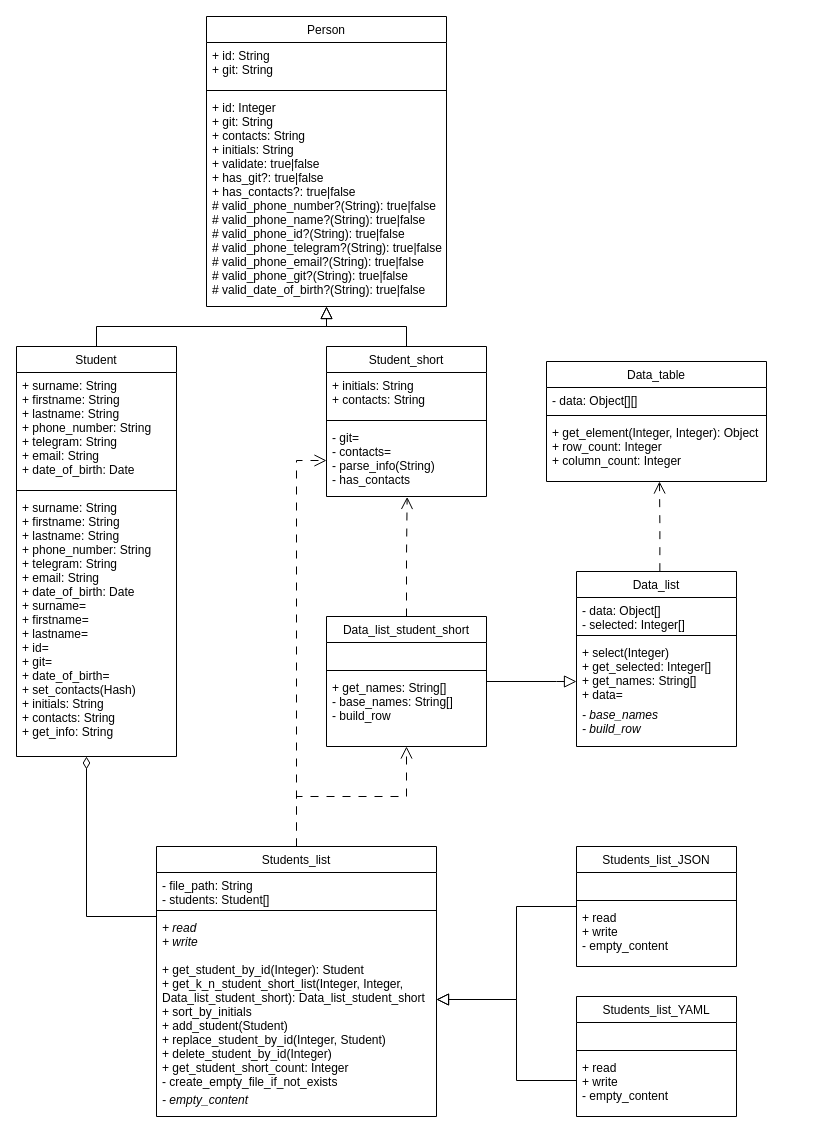
The draw.io diagram Student/media/class_diagram.drawio in VavakinV/design-patterns, before the edit. Source tidied: cells renumbered, new cells numbered last; positions are measured from the earlier drawing's top-left corner, leaving out a move shared by most shapes. Both pictures are drawn from the tidied source at 100%, with x=0, y=0 at pixel (16, 16).
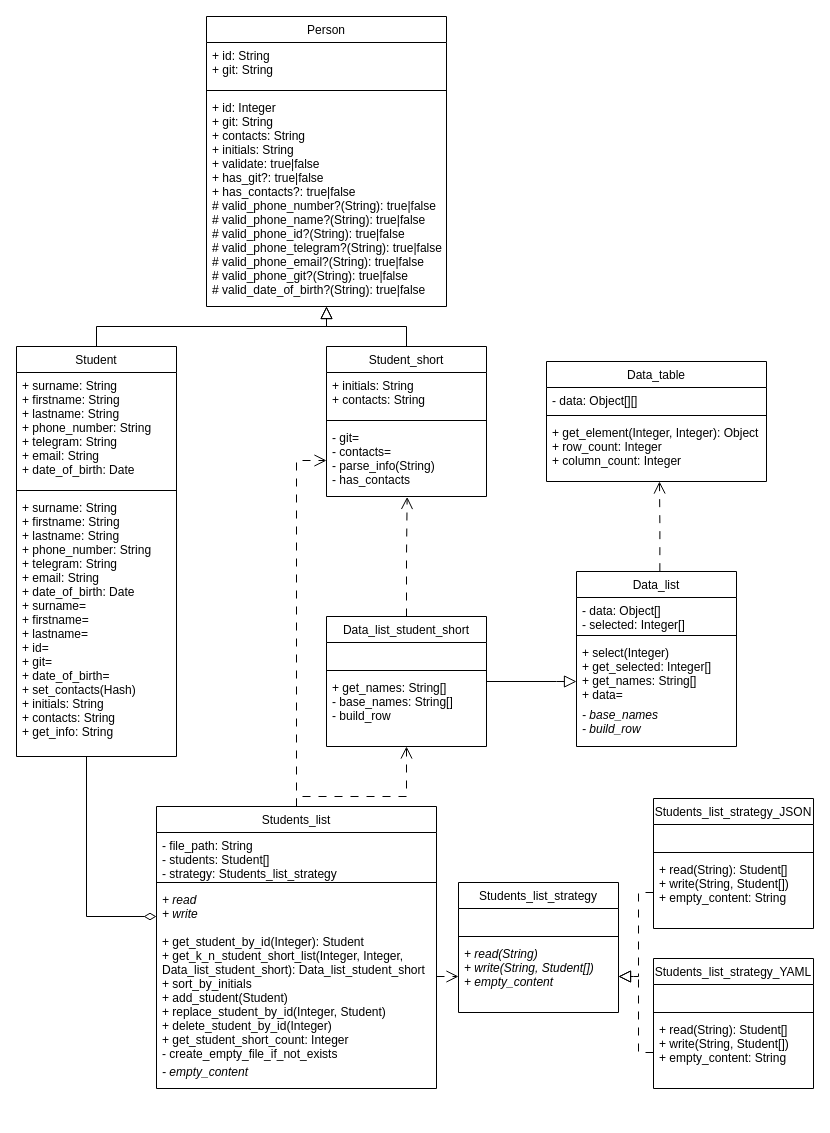
The same page after the edit.

Unchanged cells that the change refers to:
```xml
<mxCell id="17" value="Data_list_student_short" style="swimlane;fontStyle=0;align=center;verticalAlign=top;horizontal=1;startSize=26;rounded=0;shadow=0;strokeWidth=1;" parent="1" vertex="1">
  <mxGeometry x="310" y="600" width="160" height="130" as="geometry" />
</mxCell>
```

Change to the diagram source:
```diff
@@
     <mxCell id="32" value="Students_list" style="swimlane;fontStyle=0;align=center;verticalAlign=top;horizontal=1;startSize=26;rounded=0;shadow=0;strokeWidth=1;" parent="1" vertex="1">
-      <mxGeometry x="140" y="830" width="280" height="270" as="geometry" />
+      <mxGeometry x="140" y="790" width="280" height="282" as="geometry" />
     </mxCell>
-    <mxCell id="33" value="- file_path: String&#10;- students: Student[]&#10;" style="text;align=left;verticalAlign=top;spacingLeft=4;spacingRight=4;overflow=hidden;" parent="32" vertex="1">
-      <mxGeometry y="26" width="280" height="34" as="geometry" />
+    <mxCell id="33" value="- file_path: String&#10;- students: Student[]&#10;- strategy: Students_list_strategy&#10;" style="text;align=left;verticalAlign=top;spacingLeft=4;spacingRight=4;overflow=hidden;" parent="32" vertex="1">
+      <mxGeometry y="26" width="280" height="46" as="geometry" />
     </mxCell>
     <mxCell id="34" style="line;html=1;strokeWidth=1;align=left;verticalAlign=middle;spacingTop=-1;spacingLeft=3;spacingRight=3;labelPosition=right;" parent="32" vertex="1">
-      <mxGeometry y="60" width="280" height="8" as="geometry" />
+      <mxGeometry y="72" width="280" height="8" as="geometry" />
     </mxCell>
     <mxCell id="35" value="+ read&#10;+ write&#10;" style="text;align=left;verticalAlign=top;spacingLeft=4;spacingRight=4;overflow=hidden;fontStyle=2;" parent="32" vertex="1">
-      <mxGeometry y="68" width="280" height="42" as="geometry" />
+      <mxGeometry y="80" width="280" height="42" as="geometry" />
     </mxCell>
     <mxCell id="36" value="+ get_student_by_id(Integer): Student&#10;+ get_k_n_student_short_list(Integer, Integer, &#10;Data_list_student_short): Data_list_student_short&#10;+ sort_by_initials&#10;+ add_student(Student)&#10;+ replace_student_by_id(Integer, Student)&#10;+ delete_student_by_id(Integer)&#10;+ get_student_short_count: Integer&#10;- create_empty_file_if_not_exists&#10;&#10;" style="text;align=left;verticalAlign=top;spacingLeft=4;spacingRight=4;overflow=hidden;points=[[0,0.5],[1,0.5]];portConstraint=eastwest;fontSize=12;" parent="32" vertex="1">
-      <mxGeometry y="110" width="280" height="130" as="geometry" />
+      <mxGeometry y="122" width="280" height="130" as="geometry" />
     </mxCell>
     <mxCell id="37" value="- empty_content" style="text;align=left;verticalAlign=top;spacingLeft=4;spacingRight=4;overflow=hidden;fontStyle=2;" parent="32" vertex="1">
-      <mxGeometry y="240" width="280" height="30" as="geometry" />
+      <mxGeometry y="252" width="280" height="30" as="geometry" />
     </mxCell>
@@
-    <mxCell id="39" style="edgeStyle=orthogonalEdgeStyle;rounded=0;jettySize=auto;html=1;endArrow=diamondThin;endFill=0;endSize=10;" parent="1" edge="1" source="32">
+    <mxCell id="39" style="edgeStyle=orthogonalEdgeStyle;rounded=0;jettySize=auto;html=1;endArrow=none;endFill=0;endSize=6;startArrow=diamondThin;startFill=0;startSize=10;" parent="1" edge="1" source="32">
       <mxGeometry relative="1" as="geometry">
         <mxPoint x="70" y="740" as="targetPoint" />
         <Array as="points">
           <mxPoint x="70" y="900" />
         </Array>
       </mxGeometry>
     </mxCell>
-    <mxCell id="40" style="edgeStyle=orthogonalEdgeStyle;rounded=0;jettySize=auto;html=1;endArrow=open;endFill=0;dashed=1;dashPattern=8 8;endSize=10;" parent="1" edge="1" target="17">
+    <mxCell id="40" style="edgeStyle=orthogonalEdgeStyle;rounded=0;jettySize=auto;html=1;endArrow=open;endFill=0;dashed=1;dashPattern=8 8;endSize=10;exitX=0.5;exitY=0;exitDx=0;exitDy=0;" parent="1" edge="1" source="32" target="17">
       <mxGeometry relative="1" as="geometry">
-        <mxPoint x="280" y="830" as="sourcePoint" />
         <Array as="points">
           <mxPoint x="280" y="780" />
           <mxPoint x="390" y="780" />
         </Array>
       </mxGeometry>
     </mxCell>
-    <mxCell id="41" value="Students_list_JSON" style="swimlane;fontStyle=0;align=center;verticalAlign=top;horizontal=1;startSize=26;rounded=0;shadow=0;strokeWidth=1;" parent="1" vertex="1">
-      <mxGeometry x="560" y="830" width="160" height="120" as="geometry" />
-    </mxCell>
-    <mxCell id="42" value="&#10;&#10;" style="text;align=left;verticalAlign=top;spacingLeft=4;spacingRight=4;overflow=hidden;" parent="41" vertex="1">
-      <mxGeometry y="26" width="160" height="24" as="geometry" />
-    </mxCell>
-    <mxCell id="43" style="line;html=1;strokeWidth=1;align=left;verticalAlign=middle;spacingTop=-1;spacingLeft=3;spacingRight=3;labelPosition=right;" parent="41" vertex="1">
-      <mxGeometry y="50" width="160" height="8" as="geometry" />
-    </mxCell>
-    <mxCell id="44" value="+ read&#10;+ write&#10;- empty_content&#10;" style="text;align=left;verticalAlign=top;spacingLeft=4;spacingRight=4;overflow=hidden;" parent="41" vertex="1">
-      <mxGeometry y="58" width="160" height="62" as="geometry" />
-    </mxCell>
-    <mxCell id="45" value="Students_list_YAML" style="swimlane;fontStyle=0;align=center;verticalAlign=top;horizontal=1;startSize=26;rounded=0;shadow=0;strokeWidth=1;" parent="1" vertex="1">
-      <mxGeometry x="560" y="980" width="160" height="120" as="geometry" />
-    </mxCell>
-    <mxCell id="46" value="&#10;&#10;" style="text;align=left;verticalAlign=top;spacingLeft=4;spacingRight=4;overflow=hidden;" parent="45" vertex="1">
-      <mxGeometry y="26" width="160" height="24" as="geometry" />
-    </mxCell>
-    <mxCell id="47" style="line;html=1;strokeWidth=1;align=left;verticalAlign=middle;spacingTop=-1;spacingLeft=3;spacingRight=3;labelPosition=right;" parent="45" vertex="1">
-      <mxGeometry y="50" width="160" height="8" as="geometry" />
-    </mxCell>
-    <mxCell id="48" value="+ read&#10;+ write&#10;- empty_content&#10;" style="text;align=left;verticalAlign=top;spacingLeft=4;spacingRight=4;overflow=hidden;points=[[0,0.5],[1,0.5]];portConstraint=eastwest;" parent="45" vertex="1">
-      <mxGeometry y="58" width="160" height="52" as="geometry" />
-    </mxCell>
-    <mxCell id="49" style="edgeStyle=orthogonalEdgeStyle;rounded=0;jettySize=auto;html=1;endArrow=block;endFill=0;endSize=10;" parent="1" edge="1" source="41" target="36">
-      <mxGeometry relative="1" as="geometry">
-        <Array as="points">
-          <mxPoint x="500" y="890" />
-          <mxPoint x="500" y="983" />
-        </Array>
-      </mxGeometry>
-    </mxCell>
-    <mxCell id="50" style="edgeStyle=orthogonalEdgeStyle;rounded=0;jettySize=auto;html=1;endArrow=block;endFill=0;endSize=10;exitX=0;exitY=0.5;exitDx=0;exitDy=0;" parent="1" edge="1" source="48">
-      <mxGeometry relative="1" as="geometry">
-        <mxPoint x="420" y="983" as="targetPoint" />
-        <Array as="points">
-          <mxPoint x="500" y="1064" />
-          <mxPoint x="500" y="983" />
-        </Array>
-      </mxGeometry>
-    </mxCell>
+    <mxCell id="51" value="Students_list_strategy_JSON" style="swimlane;fontStyle=0;align=center;verticalAlign=top;horizontal=1;startSize=26;rounded=0;shadow=0;strokeWidth=1;" parent="1" vertex="1">
+      <mxGeometry x="637" y="782" width="160" height="130" as="geometry" />
+    </mxCell>
+    <mxCell id="52" value="&#10;&#10;" style="text;align=left;verticalAlign=top;spacingLeft=4;spacingRight=4;overflow=hidden;" parent="51" vertex="1">
+      <mxGeometry y="26" width="160" height="24" as="geometry" />
+    </mxCell>
+    <mxCell id="53" style="line;html=1;strokeWidth=1;align=left;verticalAlign=middle;spacingTop=-1;spacingLeft=3;spacingRight=3;labelPosition=right;" parent="51" vertex="1">
+      <mxGeometry y="50" width="160" height="8" as="geometry" />
+    </mxCell>
+    <mxCell id="54" value="+ read(String): Student[]&#10;+ write(String, Student[])&#10;+ empty_content: String&#10;" style="text;align=left;verticalAlign=top;spacingLeft=4;spacingRight=4;overflow=hidden;points=[[0,0.5],[1,0.5]];portConstraint=eastwest;" parent="51" vertex="1">
+      <mxGeometry y="58" width="160" height="72" as="geometry" />
+    </mxCell>
+    <mxCell id="55" value="Students_list_strategy_YAML" style="swimlane;fontStyle=0;align=center;verticalAlign=top;horizontal=1;startSize=26;rounded=0;shadow=0;strokeWidth=1;" parent="1" vertex="1">
+      <mxGeometry x="637" y="942" width="160" height="130" as="geometry" />
+    </mxCell>
+    <mxCell id="56" value="&#10;&#10;" style="text;align=left;verticalAlign=top;spacingLeft=4;spacingRight=4;overflow=hidden;" parent="55" vertex="1">
+      <mxGeometry y="26" width="160" height="24" as="geometry" />
+    </mxCell>
+    <mxCell id="57" style="line;html=1;strokeWidth=1;align=left;verticalAlign=middle;spacingTop=-1;spacingLeft=3;spacingRight=3;labelPosition=right;" parent="55" vertex="1">
+      <mxGeometry y="50" width="160" height="8" as="geometry" />
+    </mxCell>
+    <mxCell id="58" value="+ read(String): Student[]&#10;+ write(String, Student[])&#10;+ empty_content: String&#10;&#10;&#10;" style="text;align=left;verticalAlign=top;spacingLeft=4;spacingRight=4;overflow=hidden;points=[[0,0.5],[1,0.5]];portConstraint=eastwest;" parent="55" vertex="1">
+      <mxGeometry y="58" width="160" height="72" as="geometry" />
+    </mxCell>
+    <mxCell id="59" value="Students_list_strategy" style="swimlane;fontStyle=0;align=center;verticalAlign=top;horizontal=1;startSize=26;rounded=0;shadow=0;strokeWidth=1;" parent="1" vertex="1">
+      <mxGeometry x="442" y="866" width="160" height="130" as="geometry" />
+    </mxCell>
+    <mxCell id="60" value="&#10;&#10;" style="text;align=left;verticalAlign=top;spacingLeft=4;spacingRight=4;overflow=hidden;" parent="59" vertex="1">
+      <mxGeometry y="26" width="160" height="24" as="geometry" />
+    </mxCell>
+    <mxCell id="61" style="line;html=1;strokeWidth=1;align=left;verticalAlign=middle;spacingTop=-1;spacingLeft=3;spacingRight=3;labelPosition=right;" parent="59" vertex="1">
+      <mxGeometry y="50" width="160" height="8" as="geometry" />
+    </mxCell>
+    <mxCell id="62" value="+ read(String)&#10;+ write(String, Student[])&#10;+ empty_content&#10;" style="text;align=left;verticalAlign=top;spacingLeft=4;spacingRight=4;overflow=hidden;points=[[0,0.5],[1,0.5]];portConstraint=eastwest;fontStyle=2;" parent="59" vertex="1">
+      <mxGeometry y="58" width="160" height="72" as="geometry" />
+    </mxCell>
+    <mxCell id="63" style="edgeStyle=orthogonalEdgeStyle;rounded=0;jettySize=auto;html=1;endArrow=block;endFill=0;endSize=10;dashed=1;dashPattern=8 8;" parent="1" edge="1" source="54" target="62">
+      <mxGeometry relative="1" as="geometry">
+        <Array as="points">
+          <mxPoint x="622" y="876" />
+          <mxPoint x="622" y="960" />
+        </Array>
+      </mxGeometry>
+    </mxCell>
+    <mxCell id="64" style="edgeStyle=orthogonalEdgeStyle;rounded=0;jettySize=auto;html=1;endArrow=block;endFill=0;endSize=10;dashed=1;dashPattern=8 8;" parent="1" edge="1" source="58" target="62">
+      <mxGeometry relative="1" as="geometry">
+        <Array as="points">
+          <mxPoint x="622" y="1036" />
+          <mxPoint x="622" y="960" />
+        </Array>
+      </mxGeometry>
+    </mxCell>
+    <mxCell id="65" style="edgeStyle=orthogonalEdgeStyle;rounded=0;jettySize=auto;html=1;endSize=10;endArrow=open;endFill=0;dashed=1;dashPattern=8 8;" parent="1" edge="1" source="36" target="62">
+      <mxGeometry relative="1" as="geometry">
+        <Array as="points">
+          <mxPoint x="430" y="960" />
+          <mxPoint x="430" y="960" />
+        </Array>
+      </mxGeometry>
+    </mxCell>
```
